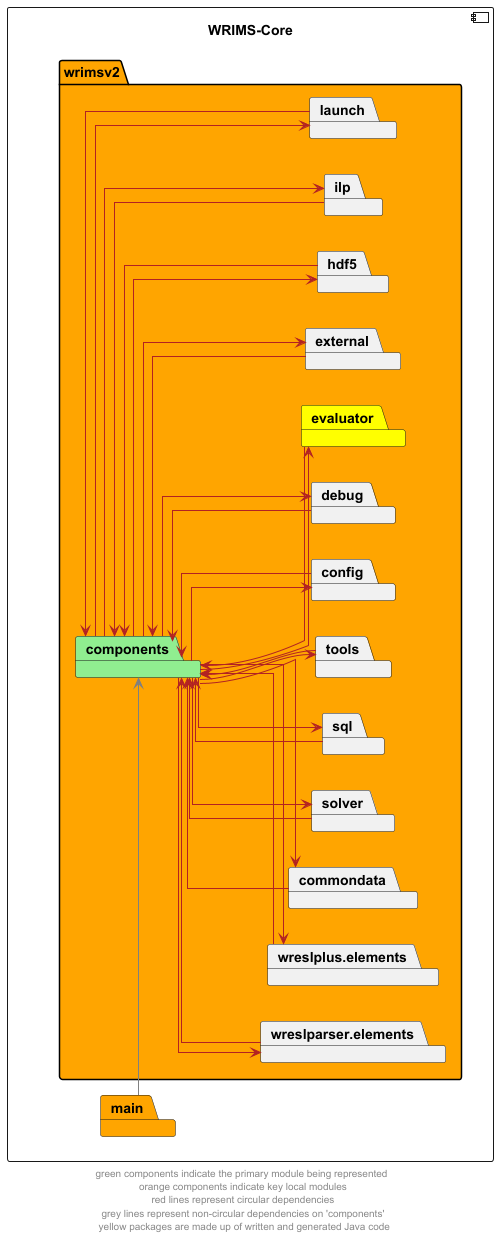
This is docs/diagrams/wrims-core/wrims-core_components.png from CentralValleyModeling/wrims, a PlantUML export, as it was before one commit.
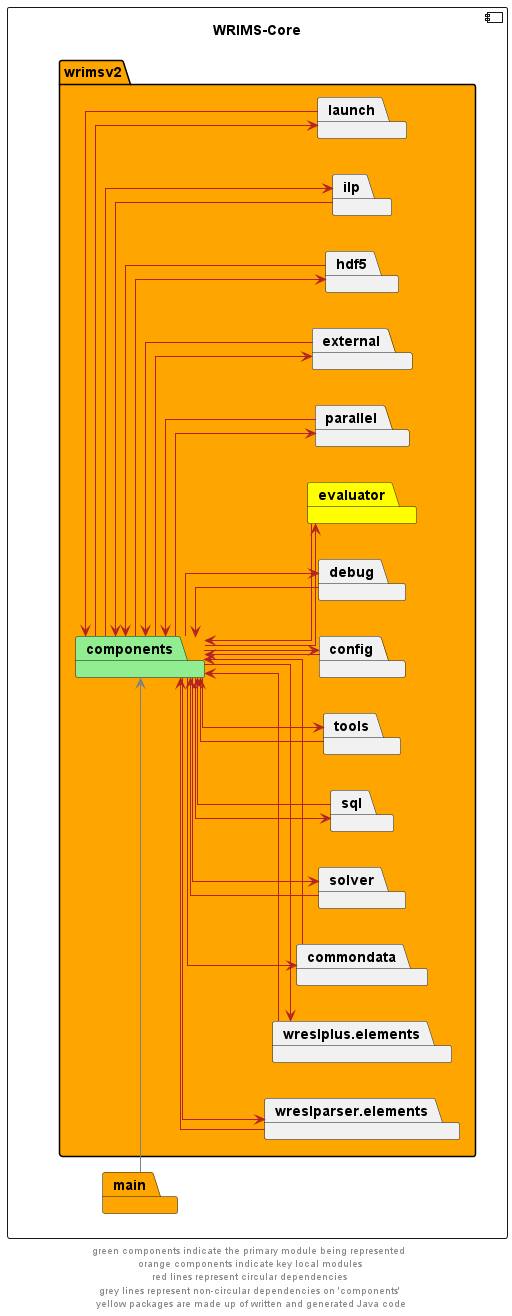
The same diagram one commit later.

Diff of the diagram source:
```diff
@@ -13,6 +13,7 @@
         package config
         package debug
         package evaluator #yellow
+        package parallel
         package external
         package hdf5
         package ilp
@@ -35,6 +36,9 @@
 
 components --> external #firebrick
 external --> components #firebrick
+
+components --> parallel #firebrick
+parallel --> components #firebrick
 
 components --> hdf5 #firebrick
 hdf5 --> components #firebrick
```
